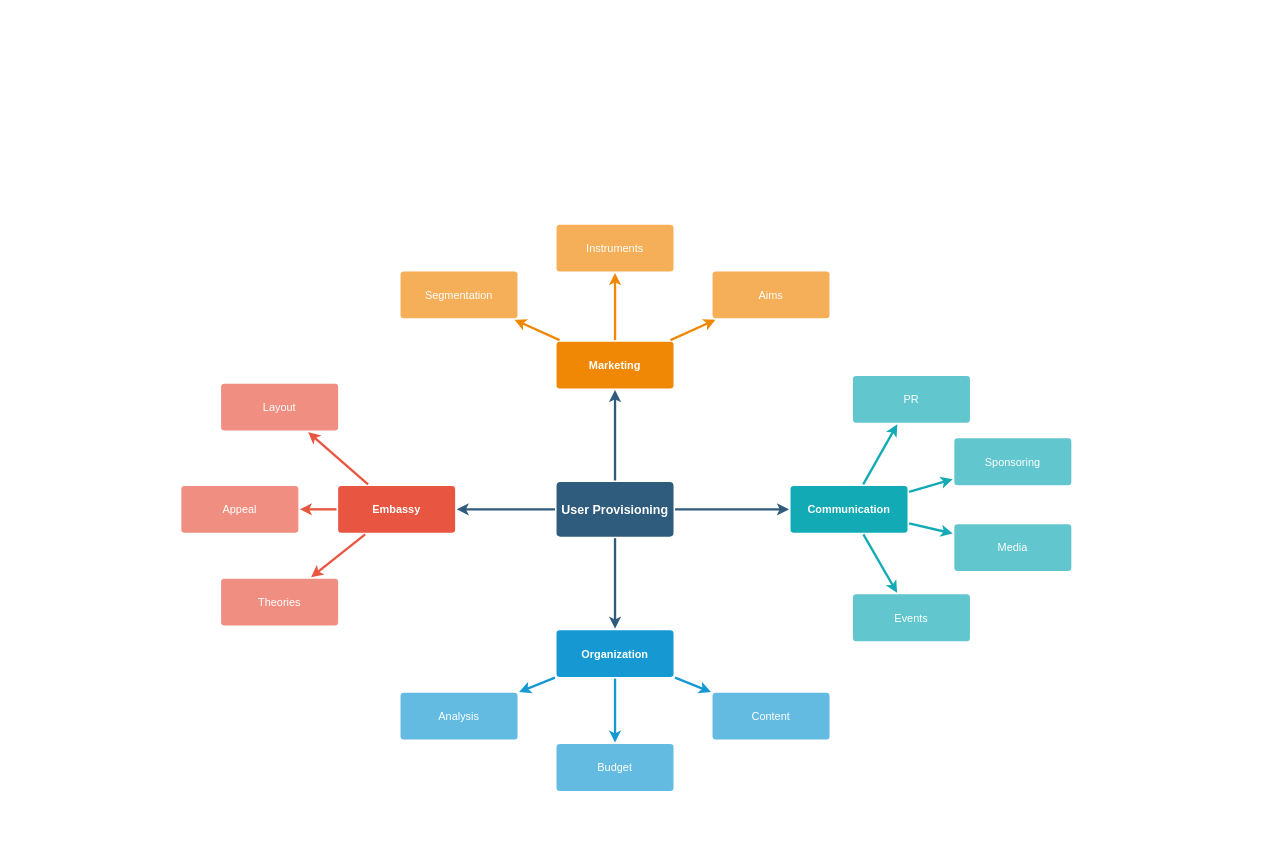
This is Entra ID user provisioning.drawio from XuzhouHuang/Azure-mind-maps, a draw.io file, before an edit. Source tidied: cells renumbered, new cells numbered last; positions are measured from the earlier drawing's top-left corner, leaving out a move shared by most shapes. Both pictures are drawn from the tidied source at 78%, with x=0, y=0 at pixel (181, 224).
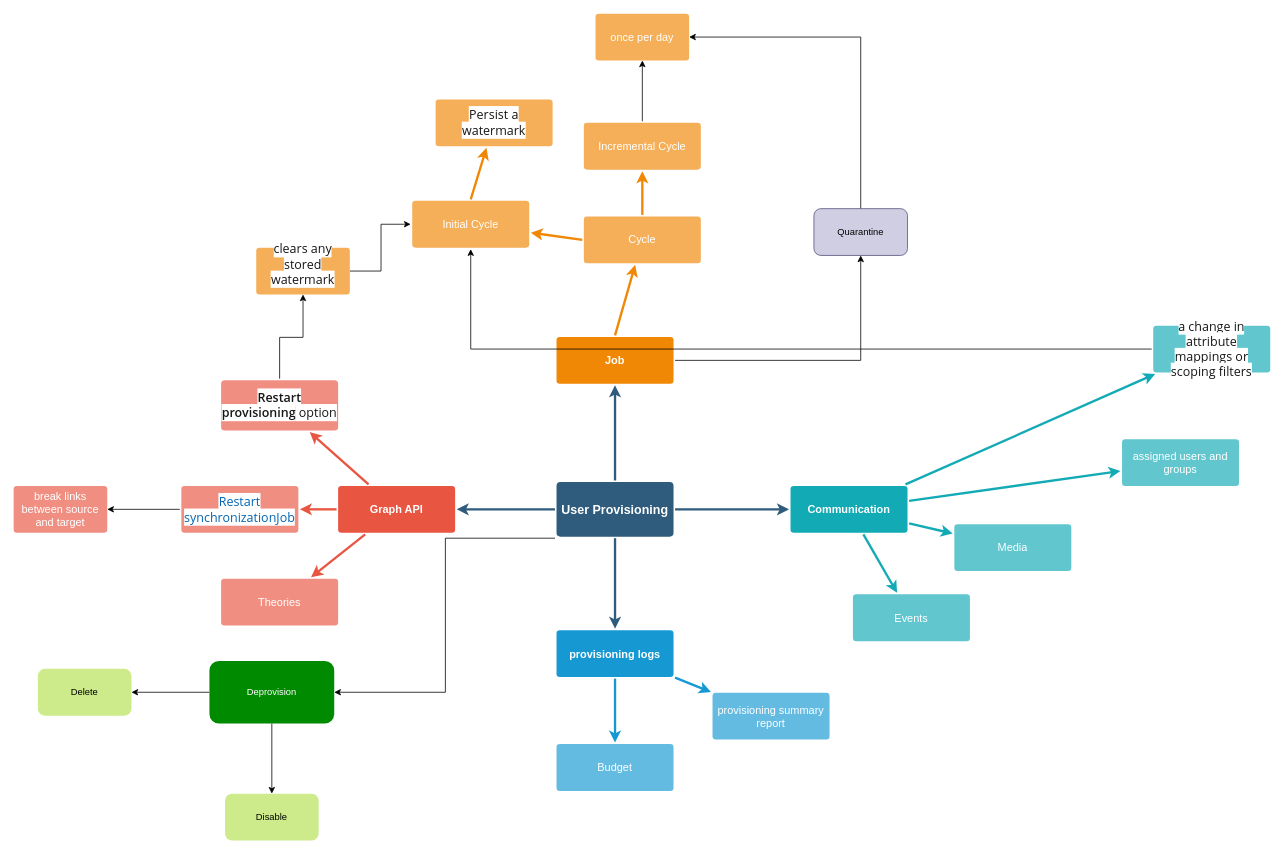
The same page after the edit.

Unchanged cells that the change refers to:
```xml
<mxCell id="6" value="User Provisioning" style="rounded=1;whiteSpace=wrap;html=1;shadow=0;labelBackgroundColor=none;strokeColor=none;strokeWidth=3;fillColor=#2F5B7C;fontFamily=Helvetica;fontSize=16;fontColor=#FFFFFF;align=center;fontStyle=1;spacing=5;arcSize=7;perimeterSpacing=2;" parent="1" vertex="1">
  <mxGeometry x="481" y="330.5" width="150" height="70" as="geometry" />
</mxCell>
```

Change to the diagram source:
```diff
@@
+    <mxCell id="37" style="edgeStyle=orthogonalEdgeStyle;rounded=0;jettySize=auto;html=1;exitX=0;exitY=1;exitDx=0;exitDy=0;entryX=1;entryY=0.5;entryDx=0;entryDy=0;" parent="1" edge="1" source="6" target="53">
+      <mxGeometry relative="1" as="geometry" />
+    </mxCell>
@@
-    <mxCell id="10" value="Embassy" style="rounded=1;whiteSpace=wrap;html=1;shadow=0;labelBackgroundColor=none;strokeColor=none;strokeWidth=3;fillColor=#e85642;fontFamily=Helvetica;fontSize=14;fontColor=#FFFFFF;align=center;spacing=5;fontStyle=1;arcSize=7;perimeterSpacing=2;" parent="1" vertex="1">
+    <mxCell id="10" value="Graph API" style="rounded=1;whiteSpace=wrap;html=1;shadow=0;labelBackgroundColor=none;strokeColor=none;strokeWidth=3;fillColor=#e85642;fontFamily=Helvetica;fontSize=14;fontColor=#FFFFFF;align=center;spacing=5;fontStyle=1;arcSize=7;perimeterSpacing=2;" parent="1" vertex="1">
       <mxGeometry x="201" y="335.5" width="150" height="60" as="geometry" />
     </mxCell>
@@
+    <mxCell id="38" style="edgeStyle=orthogonalEdgeStyle;rounded=0;jettySize=auto;html=1;" parent="1" edge="1" source="12" target="45">
+      <mxGeometry relative="1" as="geometry" />
+    </mxCell>
-    <mxCell id="12" value="Appeal" style="rounded=1;whiteSpace=wrap;html=1;shadow=0;labelBackgroundColor=none;strokeColor=none;strokeWidth=3;fillColor=#f08e81;fontFamily=Helvetica;fontSize=14;fontColor=#FFFFFF;align=center;spacing=5;fontStyle=0;arcSize=7;perimeterSpacing=2;" parent="1" vertex="1">
+    <mxCell id="12" value="&lt;a style=&quot;box-sizing: inherit; outline-color: inherit; color: rgb(0, 101, 179); cursor: pointer; overflow-wrap: break-word; text-decoration-line: none; background-color: rgb(255, 255, 255); outline-style: initial; outline-width: 0px; font-family: &amp;quot;Segoe UI&amp;quot;, &amp;quot;Segoe UI Variable Text&amp;quot;, -apple-system, BlinkMacSystemFont, &amp;quot;Helvetica Neue&amp;quot;, Helvetica, Arial, sans-serif; font-size: 16px; text-align: left;&quot; href=&quot;https://learn.microsoft.com/en-us/graph/api/synchronization-synchronizationjob-restart?view=graph-rest-beta&amp;amp;tabs=http&amp;amp;preserve-view=true&quot;&gt;Restart synchronizationJob&lt;/a&gt;" style="rounded=1;whiteSpace=wrap;html=1;shadow=0;labelBackgroundColor=none;strokeColor=none;strokeWidth=3;fillColor=#f08e81;fontFamily=Helvetica;fontSize=14;fontColor=#FFFFFF;align=center;spacing=5;fontStyle=0;arcSize=7;perimeterSpacing=2;" parent="1" vertex="1">
       <mxGeometry y="335.5" width="150" height="60" as="geometry" />
     </mxCell>
+    <mxCell id="39" style="edgeStyle=orthogonalEdgeStyle;rounded=0;jettySize=auto;html=1;entryX=0.5;entryY=1;entryDx=0;entryDy=0;" parent="1" edge="1" source="13" target="44">
+      <mxGeometry relative="1" as="geometry" />
+    </mxCell>
-    <mxCell id="13" value="Layout" style="rounded=1;whiteSpace=wrap;html=1;shadow=0;labelBackgroundColor=none;strokeColor=none;strokeWidth=3;fillColor=#f08e81;fontFamily=Helvetica;fontSize=14;fontColor=#FFFFFF;align=center;spacing=5;fontStyle=0;arcSize=7;perimeterSpacing=2;" parent="1" vertex="1">
-      <mxGeometry x="51" y="204.5" width="150" height="60" as="geometry" />
+    <mxCell id="13" value="&lt;span style=&quot;box-sizing: inherit; outline-color: inherit; font-weight: 600; color: rgb(22, 22, 22); font-family: &amp;quot;Segoe UI&amp;quot;, &amp;quot;Segoe UI Variable Text&amp;quot;, -apple-system, BlinkMacSystemFont, &amp;quot;Helvetica Neue&amp;quot;, Helvetica, Arial, sans-serif; font-size: 16px; text-align: left; background-color: rgb(255, 255, 255);&quot;&gt;Restart provisioning&lt;/span&gt;&lt;span style=&quot;color: rgb(22, 22, 22); font-family: &amp;quot;Segoe UI&amp;quot;, &amp;quot;Segoe UI Variable Text&amp;quot;, -apple-system, BlinkMacSystemFont, &amp;quot;Helvetica Neue&amp;quot;, Helvetica, Arial, sans-serif; font-size: 16px; text-align: left; background-color: rgb(255, 255, 255);&quot;&gt;&amp;nbsp;option&lt;/span&gt;" style="rounded=1;whiteSpace=wrap;html=1;shadow=0;labelBackgroundColor=none;strokeColor=none;strokeWidth=3;fillColor=#f08e81;fontFamily=Helvetica;fontSize=14;fontColor=#FFFFFF;align=center;spacing=5;fontStyle=0;arcSize=7;perimeterSpacing=2;" parent="1" vertex="1">
+      <mxGeometry x="51" y="200" width="150" height="64.5" as="geometry" />
     </mxCell>
-    <mxCell id="14" style="edgeStyle=none;rounded=0;jumpStyle=none;html=1;shadow=0;labelBackgroundColor=none;startArrow=none;startFill=0;endArrow=classic;endFill=1;jettySize=auto;strokeColor=#1699D3;strokeWidth=3;fontFamily=Helvetica;fontSize=14;fontColor=#FFFFFF;spacing=5;" parent="1" edge="1" source="17" target="20">
-      <mxGeometry relative="1" as="geometry" />
-    </mxCell>
@@
-    <mxCell id="17" value="Organization" style="rounded=1;whiteSpace=wrap;html=1;shadow=0;labelBackgroundColor=none;strokeColor=none;strokeWidth=3;fillColor=#1699d3;fontFamily=Helvetica;fontSize=14;fontColor=#FFFFFF;align=center;spacing=5;fontStyle=1;arcSize=7;perimeterSpacing=2;" parent="1" vertex="1">
+    <mxCell id="17" value="provisioning logs" style="rounded=1;whiteSpace=wrap;html=1;shadow=0;labelBackgroundColor=none;strokeColor=none;strokeWidth=3;fillColor=#1699d3;fontFamily=Helvetica;fontSize=14;fontColor=#FFFFFF;align=center;spacing=5;fontStyle=1;arcSize=7;perimeterSpacing=2;" parent="1" vertex="1">
       <mxGeometry x="481" y="520.5" width="150" height="60" as="geometry" />
     </mxCell>
-    <mxCell id="18" value="Content" style="rounded=1;whiteSpace=wrap;html=1;shadow=0;labelBackgroundColor=none;strokeColor=none;strokeWidth=3;fillColor=#64bbe2;fontFamily=Helvetica;fontSize=14;fontColor=#FFFFFF;align=center;spacing=5;arcSize=7;perimeterSpacing=2;" parent="1" vertex="1">
+    <mxCell id="18" value="provisioning summary report" style="rounded=1;whiteSpace=wrap;html=1;shadow=0;labelBackgroundColor=none;strokeColor=none;strokeWidth=3;fillColor=#64bbe2;fontFamily=Helvetica;fontSize=14;fontColor=#FFFFFF;align=center;spacing=5;arcSize=7;perimeterSpacing=2;" parent="1" vertex="1">
       <mxGeometry x="681" y="600.5" width="150" height="60" as="geometry" />
     </mxCell>
@@
-    <mxCell id="20" value="Analysis" style="rounded=1;whiteSpace=wrap;html=1;shadow=0;labelBackgroundColor=none;strokeColor=none;strokeWidth=3;fillColor=#64bbe2;fontFamily=Helvetica;fontSize=14;fontColor=#FFFFFF;align=center;spacing=5;arcSize=7;perimeterSpacing=2;" parent="1" vertex="1">
-      <mxGeometry x="281" y="600.5" width="150" height="60" as="geometry" />
-    </mxCell>
+    <mxCell id="40" style="edgeStyle=orthogonalEdgeStyle;rounded=0;jettySize=auto;html=1;exitX=1;exitY=0.5;exitDx=0;exitDy=0;entryX=0.5;entryY=1;entryDx=0;entryDy=0;" parent="1" edge="1" source="21" target="47">
+      <mxGeometry relative="1" as="geometry" />
+    </mxCell>
-    <mxCell id="21" value="Marketing" style="rounded=1;whiteSpace=wrap;html=1;shadow=0;labelBackgroundColor=none;strokeColor=none;strokeWidth=3;fillColor=#F08705;fontFamily=Helvetica;fontSize=14;fontColor=#FFFFFF;align=center;spacing=5;fontStyle=1;arcSize=7;perimeterSpacing=2;" parent="1" vertex="1">
-      <mxGeometry x="481" y="150.5" width="150" height="60" as="geometry" />
+    <mxCell id="21" value="Job" style="rounded=1;whiteSpace=wrap;html=1;shadow=0;labelBackgroundColor=none;strokeColor=none;strokeWidth=3;fillColor=#F08705;fontFamily=Helvetica;fontSize=14;fontColor=#FFFFFF;align=center;spacing=5;fontStyle=1;arcSize=7;perimeterSpacing=2;" parent="1" vertex="1">
+      <mxGeometry x="481" y="144.5" width="150" height="60" as="geometry" />
     </mxCell>
+    <mxCell id="41" style="edgeStyle=orthogonalEdgeStyle;rounded=0;jettySize=auto;html=1;" parent="1" edge="1" source="22" target="50">
+      <mxGeometry relative="1" as="geometry" />
+    </mxCell>
-    <mxCell id="22" value="Aims&lt;br&gt;" style="rounded=1;whiteSpace=wrap;html=1;shadow=0;labelBackgroundColor=none;strokeColor=none;strokeWidth=3;fillColor=#f5af58;fontFamily=Helvetica;fontSize=14;fontColor=#FFFFFF;align=center;spacing=5;arcSize=7;perimeterSpacing=2;" parent="1" vertex="1">
-      <mxGeometry x="681" y="60.5" width="150" height="60" as="geometry" />
+    <mxCell id="22" value="Incremental Cycle" style="rounded=1;whiteSpace=wrap;html=1;shadow=0;labelBackgroundColor=none;strokeColor=none;strokeWidth=3;fillColor=#f5af58;fontFamily=Helvetica;fontSize=14;fontColor=#FFFFFF;align=center;spacing=5;arcSize=7;perimeterSpacing=2;" parent="1" vertex="1">
+      <mxGeometry x="516" y="-130" width="150" height="60" as="geometry" />
     </mxCell>
-    <mxCell id="23" style="edgeStyle=none;rounded=0;jumpStyle=none;html=1;shadow=0;labelBackgroundColor=none;startArrow=none;startFill=0;endArrow=classic;endFill=1;jettySize=auto;strokeColor=#F08705;strokeWidth=3;fontFamily=Helvetica;fontSize=14;fontColor=#FFFFFF;spacing=5;" parent="1" edge="1" source="21" target="22">
+    <mxCell id="23" style="edgeStyle=none;rounded=0;jumpStyle=none;html=1;shadow=0;labelBackgroundColor=none;startArrow=none;startFill=0;endArrow=classic;endFill=1;jettySize=auto;strokeColor=#F08705;strokeWidth=3;fontFamily=Helvetica;fontSize=14;fontColor=#FFFFFF;spacing=5;exitX=0.5;exitY=0;exitDx=0;exitDy=0;" parent="1" edge="1" source="48" target="22">
       <mxGeometry relative="1" as="geometry" />
     </mxCell>
-    <mxCell id="24" value="Instruments" style="rounded=1;whiteSpace=wrap;html=1;shadow=0;labelBackgroundColor=none;strokeColor=none;strokeWidth=3;fillColor=#f5af58;fontFamily=Helvetica;fontSize=14;fontColor=#FFFFFF;align=center;spacing=5;arcSize=7;perimeterSpacing=2;" parent="1" vertex="1">
-      <mxGeometry x="481" y="0.5" width="150" height="60" as="geometry" />
+    <mxCell id="24" value="&lt;span style=&quot;color: rgb(22, 22, 22); font-family: &amp;quot;Segoe UI&amp;quot;, &amp;quot;Segoe UI Variable Text&amp;quot;, -apple-system, BlinkMacSystemFont, &amp;quot;Helvetica Neue&amp;quot;, Helvetica, Arial, sans-serif; font-size: 16px; text-align: left; background-color: rgb(255, 255, 255);&quot;&gt;Persist a watermark&lt;/span&gt;" style="rounded=1;whiteSpace=wrap;html=1;shadow=0;labelBackgroundColor=none;strokeColor=none;strokeWidth=3;fillColor=#f5af58;fontFamily=Helvetica;fontSize=14;fontColor=#FFFFFF;align=center;spacing=5;arcSize=7;perimeterSpacing=2;" parent="1" vertex="1">
+      <mxGeometry x="326" y="-160" width="150" height="60" as="geometry" />
     </mxCell>
-    <mxCell id="25" style="edgeStyle=none;rounded=0;jumpStyle=none;html=1;shadow=0;labelBackgroundColor=none;startArrow=none;startFill=0;endArrow=classic;endFill=1;jettySize=auto;strokeColor=#F08705;strokeWidth=3;fontFamily=Helvetica;fontSize=14;fontColor=#FFFFFF;spacing=5;" parent="1" edge="1" source="21" target="24">
+    <mxCell id="25" style="edgeStyle=none;rounded=0;jumpStyle=none;html=1;shadow=0;labelBackgroundColor=none;startArrow=none;startFill=0;endArrow=classic;endFill=1;jettySize=auto;strokeColor=#F08705;strokeWidth=3;fontFamily=Helvetica;fontSize=14;fontColor=#FFFFFF;spacing=5;exitX=0.5;exitY=0;exitDx=0;exitDy=0;" parent="1" edge="1" source="26" target="24">
       <mxGeometry relative="1" as="geometry" />
     </mxCell>
-    <mxCell id="26" value="Segmentation" style="rounded=1;whiteSpace=wrap;html=1;shadow=0;labelBackgroundColor=none;strokeColor=none;strokeWidth=3;fillColor=#f5af58;fontFamily=Helvetica;fontSize=14;fontColor=#FFFFFF;align=center;spacing=5;arcSize=7;perimeterSpacing=2;" parent="1" vertex="1">
-      <mxGeometry x="281" y="60.5" width="150" height="60" as="geometry" />
+    <mxCell id="26" value="Initial Cycle" style="rounded=1;whiteSpace=wrap;html=1;shadow=0;labelBackgroundColor=none;strokeColor=none;strokeWidth=3;fillColor=#f5af58;fontFamily=Helvetica;fontSize=14;fontColor=#FFFFFF;align=center;spacing=5;arcSize=7;perimeterSpacing=2;" parent="1" vertex="1">
+      <mxGeometry x="296" y="-30" width="150" height="60" as="geometry" />
     </mxCell>
-    <mxCell id="27" style="edgeStyle=none;rounded=0;jumpStyle=none;html=1;shadow=0;labelBackgroundColor=none;startArrow=none;startFill=0;endArrow=classic;endFill=1;jettySize=auto;strokeColor=#F08705;strokeWidth=3;fontFamily=Helvetica;fontSize=14;fontColor=#FFFFFF;spacing=5;" parent="1" edge="1" source="21" target="26">
+    <mxCell id="27" style="edgeStyle=none;rounded=0;jumpStyle=none;html=1;shadow=0;labelBackgroundColor=none;startArrow=none;startFill=0;endArrow=classic;endFill=1;jettySize=auto;strokeColor=#F08705;strokeWidth=3;fontFamily=Helvetica;fontSize=14;fontColor=#FFFFFF;spacing=5;exitX=0;exitY=0.5;exitDx=0;exitDy=0;" parent="1" edge="1" source="48" target="26">
       <mxGeometry relative="1" as="geometry" />
     </mxCell>
@@
-    <mxCell id="33" value="Sponsoring" style="rounded=1;whiteSpace=wrap;html=1;shadow=0;labelBackgroundColor=none;strokeColor=none;strokeWidth=3;fillColor=#61c6ce;fontFamily=Helvetica;fontSize=14;fontColor=#FFFFFF;align=center;spacing=5;fontStyle=0;arcSize=7;perimeterSpacing=2;" parent="1" vertex="1">
-      <mxGeometry x="991" y="274.5" width="150" height="60" as="geometry" />
+    <mxCell id="33" value="assigned users and groups" style="rounded=1;whiteSpace=wrap;html=1;shadow=0;labelBackgroundColor=none;strokeColor=none;strokeWidth=3;fillColor=#61c6ce;fontFamily=Helvetica;fontSize=14;fontColor=#FFFFFF;align=center;spacing=5;fontStyle=0;arcSize=7;perimeterSpacing=2;" parent="1" vertex="1">
+      <mxGeometry x="1206" y="275.5" width="150" height="60" as="geometry" />
     </mxCell>
@@
+    <mxCell id="42" style="edgeStyle=orthogonalEdgeStyle;rounded=0;jettySize=auto;html=1;" parent="1" edge="1" source="35" target="26">
+      <mxGeometry relative="1" as="geometry" />
+    </mxCell>
-    <mxCell id="35" value="PR" style="rounded=1;whiteSpace=wrap;html=1;shadow=0;labelBackgroundColor=none;strokeColor=none;strokeWidth=3;fillColor=#61c6ce;fontFamily=Helvetica;fontSize=14;fontColor=#FFFFFF;align=center;spacing=5;fontStyle=0;arcSize=7;perimeterSpacing=2;" parent="1" vertex="1">
-      <mxGeometry x="861" y="194.5" width="150" height="60" as="geometry" />
+    <mxCell id="35" value="&lt;span style=&quot;color: rgb(22, 22, 22); font-family: &amp;quot;Segoe UI&amp;quot;, &amp;quot;Segoe UI Variable Text&amp;quot;, -apple-system, BlinkMacSystemFont, &amp;quot;Helvetica Neue&amp;quot;, Helvetica, Arial, sans-serif; font-size: 16px; text-align: left; background-color: rgb(255, 255, 255);&quot;&gt;a change in attribute mappings or scoping filters&lt;/span&gt;" style="rounded=1;whiteSpace=wrap;html=1;shadow=0;labelBackgroundColor=none;strokeColor=none;strokeWidth=3;fillColor=#61c6ce;fontFamily=Helvetica;fontSize=14;fontColor=#FFFFFF;align=center;spacing=5;fontStyle=0;arcSize=7;perimeterSpacing=2;" parent="1" vertex="1">
+      <mxGeometry x="1246" y="130" width="150" height="60" as="geometry" />
     </mxCell>
@@
+    <mxCell id="43" style="edgeStyle=orthogonalEdgeStyle;rounded=0;jettySize=auto;html=1;exitX=1;exitY=0.5;exitDx=0;exitDy=0;entryX=0;entryY=0.5;entryDx=0;entryDy=0;" parent="1" edge="1" source="44" target="26">
+      <mxGeometry relative="1" as="geometry" />
+    </mxCell>
+    <mxCell id="44" value="&#10;&lt;span style=&quot;color: rgb(22, 22, 22); font-family: &amp;quot;Segoe UI&amp;quot;, &amp;quot;Segoe UI Variable Text&amp;quot;, -apple-system, BlinkMacSystemFont, &amp;quot;Helvetica Neue&amp;quot;, Helvetica, Arial, sans-serif; font-size: 16px; font-style: normal; font-variant-ligatures: normal; font-variant-caps: normal; font-weight: 400; letter-spacing: normal; orphans: 2; text-align: left; text-indent: 0px; text-transform: none; widows: 2; word-spacing: 0px; -webkit-text-stroke-width: 0px; white-space: normal; background-color: rgb(255, 255, 255); text-decoration-thickness: initial; text-decoration-style: initial; text-decoration-color: initial; display: inline !important; float: none;&quot;&gt;clears any stored watermark&lt;/span&gt;&#10;&#10;" style="whiteSpace=wrap;html=1;fontSize=14;fillColor=#f5af58;strokeColor=none;fontColor=#FFFFFF;rounded=1;shadow=0;labelBackgroundColor=none;strokeWidth=3;spacing=5;arcSize=7;" parent="1" vertex="1">
+      <mxGeometry x="96" y="30" width="120" height="60" as="geometry" />
+    </mxCell>
+    <mxCell id="45" value="break links between source and target" style="whiteSpace=wrap;html=1;fontSize=14;fillColor=#f08e81;strokeColor=none;fontColor=#FFFFFF;rounded=1;shadow=0;labelBackgroundColor=none;strokeWidth=3;spacing=5;fontStyle=0;arcSize=7;" parent="1" vertex="1">
+      <mxGeometry x="-215" y="335.5" width="120" height="60" as="geometry" />
+    </mxCell>
+    <mxCell id="46" style="edgeStyle=orthogonalEdgeStyle;rounded=0;jettySize=auto;html=1;exitX=0.5;exitY=0;exitDx=0;exitDy=0;entryX=1;entryY=0.5;entryDx=0;entryDy=0;" parent="1" edge="1" source="47" target="50">
+      <mxGeometry relative="1" as="geometry" />
+    </mxCell>
+    <mxCell id="47" value="Quarantine" style="rounded=1;whiteSpace=wrap;html=1;fillColor=#d0cee2;strokeColor=#56517e;" parent="1" vertex="1">
+      <mxGeometry x="811" y="-20" width="120" height="60" as="geometry" />
+    </mxCell>
+    <mxCell id="48" value="Cycle" style="rounded=1;whiteSpace=wrap;html=1;shadow=0;labelBackgroundColor=none;strokeColor=none;strokeWidth=3;fillColor=#f5af58;fontFamily=Helvetica;fontSize=14;fontColor=#FFFFFF;align=center;spacing=5;arcSize=7;perimeterSpacing=2;" parent="1" vertex="1">
+      <mxGeometry x="516" y="-10" width="150" height="60" as="geometry" />
+    </mxCell>
+    <mxCell id="49" style="edgeStyle=none;rounded=0;jumpStyle=none;html=1;shadow=0;labelBackgroundColor=none;startArrow=none;startFill=0;endArrow=classic;endFill=1;jettySize=auto;strokeColor=#F08705;strokeWidth=3;fontFamily=Helvetica;fontSize=14;fontColor=#FFFFFF;spacing=5;exitX=0.5;exitY=0;exitDx=0;exitDy=0;" parent="1" edge="1" source="21" target="48">
+      <mxGeometry relative="1" as="geometry" />
+    </mxCell>
+    <mxCell id="50" value="once per day" style="whiteSpace=wrap;html=1;fontSize=14;fillColor=#f5af58;strokeColor=none;fontColor=#FFFFFF;rounded=1;shadow=0;labelBackgroundColor=none;strokeWidth=3;spacing=5;arcSize=7;" parent="1" vertex="1">
+      <mxGeometry x="531" y="-270" width="120" height="60" as="geometry" />
+    </mxCell>
+    <mxCell id="51" style="edgeStyle=orthogonalEdgeStyle;rounded=0;jettySize=auto;html=1;" parent="1" edge="1" source="53" target="54">
+      <mxGeometry relative="1" as="geometry" />
+    </mxCell>
+    <mxCell id="52" style="edgeStyle=orthogonalEdgeStyle;rounded=0;jettySize=auto;html=1;" parent="1" edge="1" source="53" target="55">
+      <mxGeometry relative="1" as="geometry" />
+    </mxCell>
+    <mxCell id="53" value="Deprovision" style="rounded=1;whiteSpace=wrap;html=1;fillColor=#008a00;fontColor=#ffffff;strokeColor=none;" parent="1" vertex="1">
+      <mxGeometry x="36" y="560" width="160" height="80" as="geometry" />
+    </mxCell>
+    <mxCell id="54" value="Disable" style="whiteSpace=wrap;html=1;fillColor=#cdeb8b;strokeColor=none;rounded=1;" parent="1" vertex="1">
+      <mxGeometry x="56" y="730" width="120" height="60" as="geometry" />
+    </mxCell>
+    <mxCell id="55" value="Delete" style="whiteSpace=wrap;html=1;fillColor=#cdeb8b;strokeColor=none;rounded=1;" parent="1" vertex="1">
+      <mxGeometry x="-184" y="570" width="120" height="60" as="geometry" />
+    </mxCell>
```
